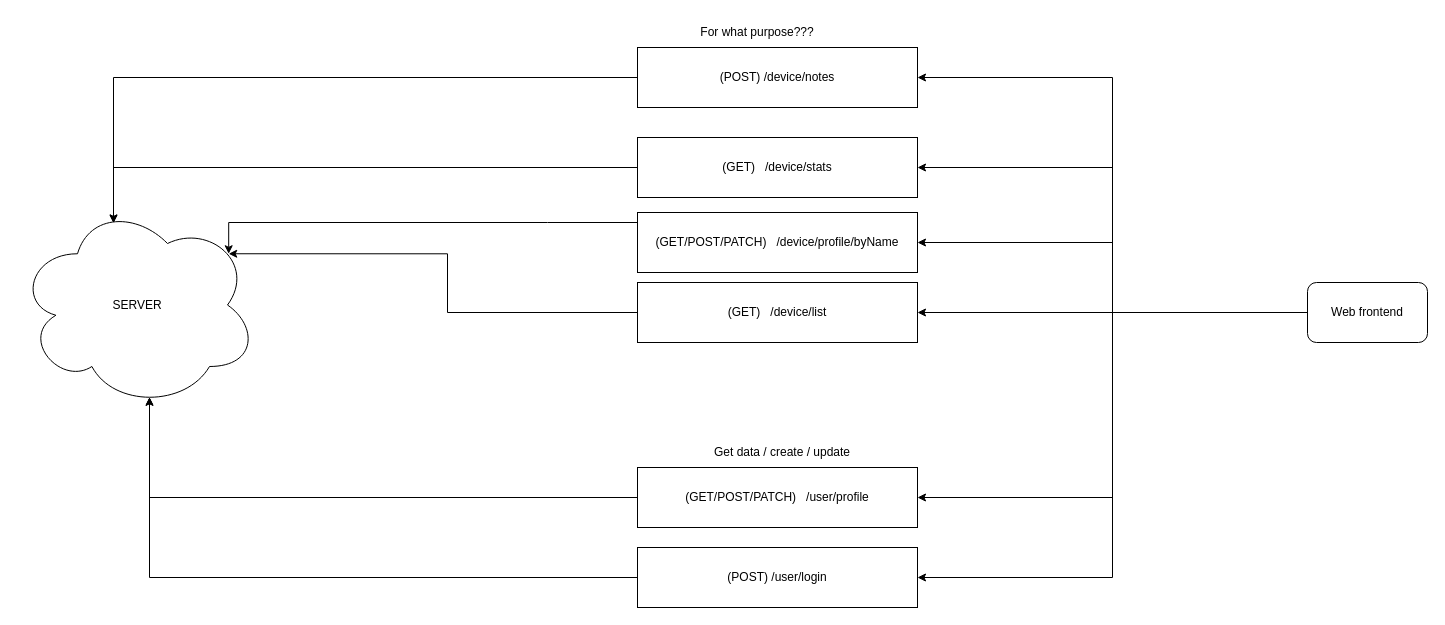
This is page "Endpoints" (4 of 4) of docs/models/Project.drawio from KhazAkar/ags, a draw.io file, before an edit. Source tidied: cells renumbered, new cells numbered last; positions are measured from the earlier drawing's top-left corner, leaving out a move shared by most shapes. Both pictures are drawn from the tidied source at 100%, with x=0, y=0 at pixel (17, 17).
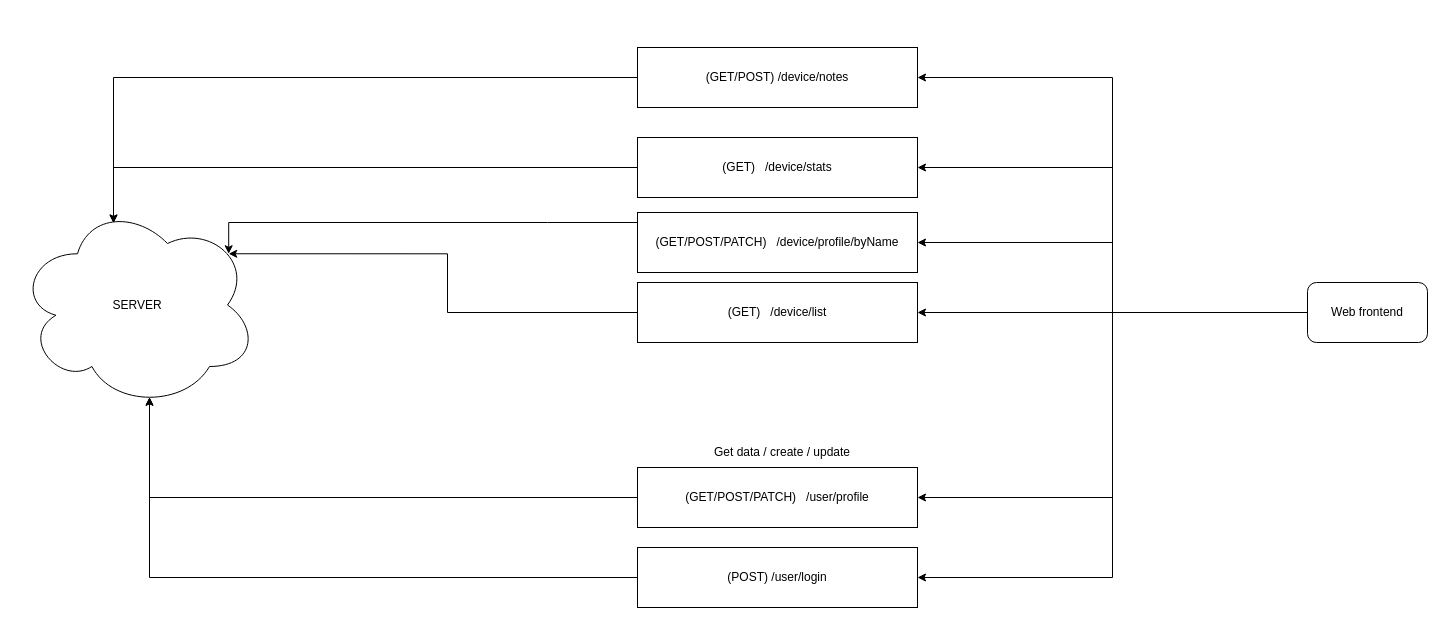
After the change.

Commit message:
arch: clean up more, remove uncertainties

Change to the diagram source:
```diff
@@
-    <mxCell id="20" value="(POST) /device/notes" style="rounded=0;whiteSpace=wrap;html=1;" parent="1" vertex="1">
+    <mxCell id="20" value="(GET/POST) /device/notes" style="rounded=0;whiteSpace=wrap;html=1;" parent="1" vertex="1">
       <mxGeometry x="620" y="30" width="280" height="60" as="geometry" />
     </mxCell>
@@
-    <mxCell id="22" value="For what purpose???" style="text;html=1;align=center;verticalAlign=middle;whiteSpace=wrap;rounded=0;" parent="1" vertex="1">
-      <mxGeometry x="670" width="140" height="30" as="geometry" />
-    </mxCell>
```
